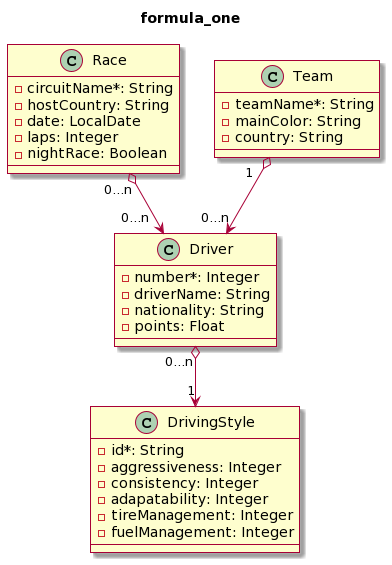
Before: docs/formula_one.models.png, a diagram exported from PlantUML (wzzzzwwzw/apaw-practice).
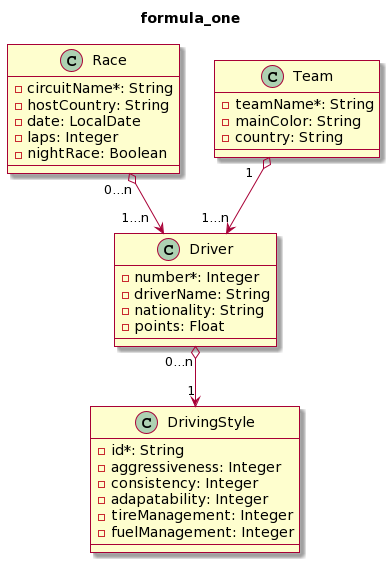
The same file after the commit.

Diff of the diagram source:
```diff
@@ -35,7 +35,7 @@
 
 
 
-Race "0...n" o--> "0...n  " Driver
-Team "1   " o--> "0...n" Driver
+Race "0...n" o--> "1...n  " Driver
+Team "1   " o--> "1...n" Driver
 Driver "0...n" o--> "1" DrivingStyle
 @enduml
```
